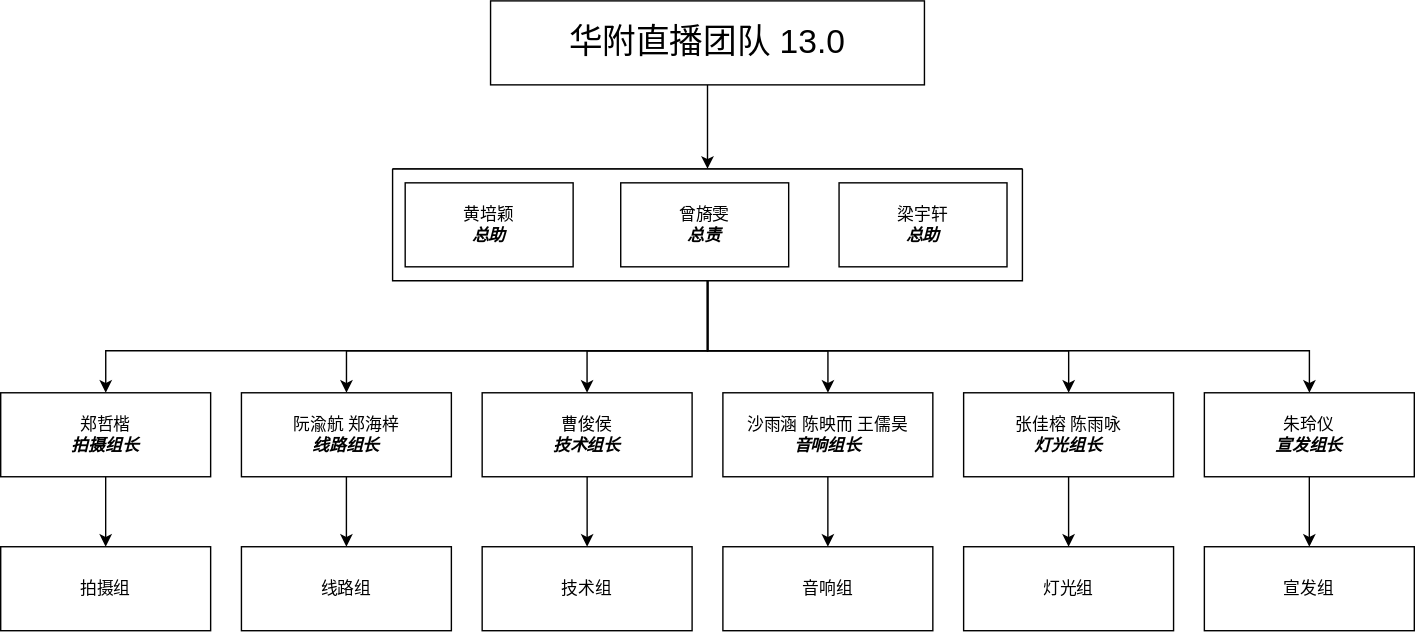
Before: diagrams/人员组织架构.svg, a diagram exported from draw.io (xiaoxuan010/HFLive-Technical-Document-2021). Source tidied: cells renumbered, new cells last; positions are measured from the earlier drawing's top-left corner, leaving out a move shared by most shapes. The source it was exported from:
```xml
<mxGraphModel>
  <root>
    <mxCell id="0" />
    <mxCell id="1" parent="0" />
    <mxCell id="2" style="edgeStyle=orthogonalEdgeStyle;rounded=0;jettySize=auto;html=1;" parent="1" edge="1" source="8" target="14">
      <mxGeometry relative="1" as="geometry">
        <Array as="points">
          <mxPoint x="505" y="250" />
          <mxPoint x="75" y="250" />
        </Array>
      </mxGeometry>
    </mxCell>
    <mxCell id="3" style="edgeStyle=orthogonalEdgeStyle;rounded=0;jettySize=auto;html=1;" parent="1" edge="1" source="8" target="16">
      <mxGeometry relative="1" as="geometry">
        <Array as="points">
          <mxPoint x="505" y="250" />
          <mxPoint x="247" y="250" />
        </Array>
      </mxGeometry>
    </mxCell>
    <mxCell id="4" style="edgeStyle=orthogonalEdgeStyle;rounded=0;jettySize=auto;html=1;exitX=0.5;exitY=1;exitDx=0;exitDy=0;" parent="1" edge="1" source="8" target="18">
      <mxGeometry relative="1" as="geometry">
        <Array as="points">
          <mxPoint x="505" y="250" />
          <mxPoint x="419" y="250" />
        </Array>
      </mxGeometry>
    </mxCell>
    <mxCell id="5" style="edgeStyle=orthogonalEdgeStyle;rounded=0;jettySize=auto;html=1;" parent="1" edge="1" source="8" target="20">
      <mxGeometry relative="1" as="geometry">
        <Array as="points">
          <mxPoint x="505" y="250" />
          <mxPoint x="591" y="250" />
        </Array>
      </mxGeometry>
    </mxCell>
    <mxCell id="6" style="edgeStyle=orthogonalEdgeStyle;rounded=0;jettySize=auto;html=1;" parent="1" edge="1" source="8" target="22">
      <mxGeometry relative="1" as="geometry">
        <Array as="points">
          <mxPoint x="505" y="250" />
          <mxPoint x="763" y="250" />
        </Array>
      </mxGeometry>
    </mxCell>
    <mxCell id="7" style="edgeStyle=orthogonalEdgeStyle;rounded=0;jettySize=auto;html=1;" parent="1" edge="1" source="8" target="24">
      <mxGeometry relative="1" as="geometry">
        <Array as="points">
          <mxPoint x="505" y="250" />
          <mxPoint x="935" y="250" />
        </Array>
      </mxGeometry>
    </mxCell>
    <mxCell id="8" style="swimlane;startSize=0;" parent="1" vertex="1">
      <mxGeometry x="280" y="120" width="450" height="80" as="geometry" />
    </mxCell>
    <mxCell id="9" style="group;" parent="8" vertex="1">
      <mxGeometry x="9" y="10" width="430" height="60" as="geometry" />
    </mxCell>
    <mxCell id="10" value="曾旖雯&lt;br&gt;&lt;i&gt;&lt;b&gt;总责&lt;/b&gt;&lt;/i&gt;" style="rounded=0;whiteSpace=wrap;html=1;" parent="9" vertex="1">
      <mxGeometry x="154" width="120" height="60" as="geometry" />
    </mxCell>
    <mxCell id="11" value="梁宇轩&lt;br&gt;&lt;i&gt;&lt;b&gt;总助&lt;/b&gt;&lt;/i&gt;" style="rounded=0;whiteSpace=wrap;html=1;" parent="9" vertex="1">
      <mxGeometry x="310" width="120" height="60" as="geometry" />
    </mxCell>
    <mxCell id="12" value="黄培颖&lt;br&gt;&lt;i&gt;&lt;b&gt;总助&lt;/b&gt;&lt;/i&gt;" style="rounded=0;whiteSpace=wrap;html=1;" parent="9" vertex="1">
      <mxGeometry width="120" height="60" as="geometry" />
    </mxCell>
    <mxCell id="13" style="edgeStyle=orthogonalEdgeStyle;rounded=0;jettySize=auto;html=1;" parent="1" edge="1" source="14" target="25">
      <mxGeometry relative="1" as="geometry" />
    </mxCell>
    <mxCell id="14" value="郑哲楷&lt;br&gt;&lt;i&gt;&lt;b&gt;拍摄组长&lt;/b&gt;&lt;/i&gt;" style="rounded=0;whiteSpace=wrap;html=1;" parent="1" vertex="1">
      <mxGeometry y="280" width="150" height="60" as="geometry" />
    </mxCell>
    <mxCell id="15" style="edgeStyle=orthogonalEdgeStyle;rounded=0;jettySize=auto;html=1;" parent="1" edge="1" source="16" target="26">
      <mxGeometry relative="1" as="geometry" />
    </mxCell>
    <mxCell id="16" value="阮渝航 郑海梓&lt;br&gt;&lt;i&gt;&lt;b&gt;线路组长&lt;/b&gt;&lt;/i&gt;" style="rounded=0;whiteSpace=wrap;html=1;" parent="1" vertex="1">
      <mxGeometry x="172" y="280" width="150" height="60" as="geometry" />
    </mxCell>
    <mxCell id="17" style="edgeStyle=orthogonalEdgeStyle;rounded=0;jettySize=auto;html=1;" parent="1" edge="1" source="18" target="27">
      <mxGeometry relative="1" as="geometry" />
    </mxCell>
    <mxCell id="18" value="曹俊侯&lt;br&gt;&lt;i&gt;&lt;b&gt;技术组长&lt;/b&gt;&lt;/i&gt;" style="rounded=0;whiteSpace=wrap;html=1;" parent="1" vertex="1">
      <mxGeometry x="344" y="280" width="150" height="60" as="geometry" />
    </mxCell>
    <mxCell id="19" style="edgeStyle=orthogonalEdgeStyle;rounded=0;jettySize=auto;html=1;" parent="1" edge="1" source="20" target="28">
      <mxGeometry relative="1" as="geometry" />
    </mxCell>
    <mxCell id="20" value="沙雨涵 陈映而 王儒昊&lt;br&gt;&lt;i&gt;&lt;b&gt;音响组长&lt;/b&gt;&lt;/i&gt;" style="rounded=0;whiteSpace=wrap;html=1;" parent="1" vertex="1">
      <mxGeometry x="516" y="280" width="150" height="60" as="geometry" />
    </mxCell>
    <mxCell id="21" style="edgeStyle=orthogonalEdgeStyle;rounded=0;jettySize=auto;html=1;" parent="1" edge="1" source="22" target="30">
      <mxGeometry relative="1" as="geometry" />
    </mxCell>
    <mxCell id="22" value="张佳榕 陈雨咏&lt;br&gt;&lt;i&gt;&lt;b&gt;灯光组长&lt;/b&gt;&lt;/i&gt;" style="rounded=0;whiteSpace=wrap;html=1;" parent="1" vertex="1">
      <mxGeometry x="688" y="280" width="150" height="60" as="geometry" />
    </mxCell>
    <mxCell id="23" style="edgeStyle=orthogonalEdgeStyle;rounded=0;jettySize=auto;html=1;" parent="1" edge="1" source="24" target="29">
      <mxGeometry relative="1" as="geometry" />
    </mxCell>
    <mxCell id="24" value="朱玲仪&lt;br&gt;&lt;i&gt;&lt;b&gt;宣发组长&lt;/b&gt;&lt;/i&gt;" style="rounded=0;whiteSpace=wrap;html=1;" parent="1" vertex="1">
      <mxGeometry x="860" y="280" width="150" height="60" as="geometry" />
    </mxCell>
    <mxCell id="25" value="拍摄组" style="whiteSpace=wrap;html=1;rounded=0;" parent="1" vertex="1">
      <mxGeometry y="390" width="150" height="60" as="geometry" />
    </mxCell>
    <mxCell id="26" value="线路组" style="whiteSpace=wrap;html=1;rounded=0;" parent="1" vertex="1">
      <mxGeometry x="172" y="390" width="150" height="60" as="geometry" />
    </mxCell>
    <mxCell id="27" value="技术组" style="whiteSpace=wrap;html=1;rounded=0;" parent="1" vertex="1">
      <mxGeometry x="344" y="390" width="150" height="60" as="geometry" />
    </mxCell>
    <mxCell id="28" value="音响组" style="whiteSpace=wrap;html=1;rounded=0;" parent="1" vertex="1">
      <mxGeometry x="516" y="390" width="150" height="60" as="geometry" />
    </mxCell>
    <mxCell id="29" value="宣发组" style="whiteSpace=wrap;html=1;rounded=0;" parent="1" vertex="1">
      <mxGeometry x="860" y="390" width="150" height="60" as="geometry" />
    </mxCell>
    <mxCell id="30" value="灯光组" style="whiteSpace=wrap;html=1;rounded=0;" parent="1" vertex="1">
      <mxGeometry x="688" y="390" width="150" height="60" as="geometry" />
    </mxCell>
    <mxCell id="31" style="edgeStyle=orthogonalEdgeStyle;rounded=0;jettySize=auto;html=1;entryX=0.5;entryY=0;entryDx=0;entryDy=0;" parent="1" edge="1" source="32" target="8">
      <mxGeometry relative="1" as="geometry" />
    </mxCell>
    <mxCell id="32" value="&lt;font style=&quot;font-size: 24px&quot;&gt;华附直播团队 13.0&lt;/font&gt;" style="whiteSpace=wrap;html=1;" parent="1" vertex="1">
      <mxGeometry x="350" width="310" height="60" as="geometry" />
    </mxCell>
  </root>
</mxGraphModel>
```
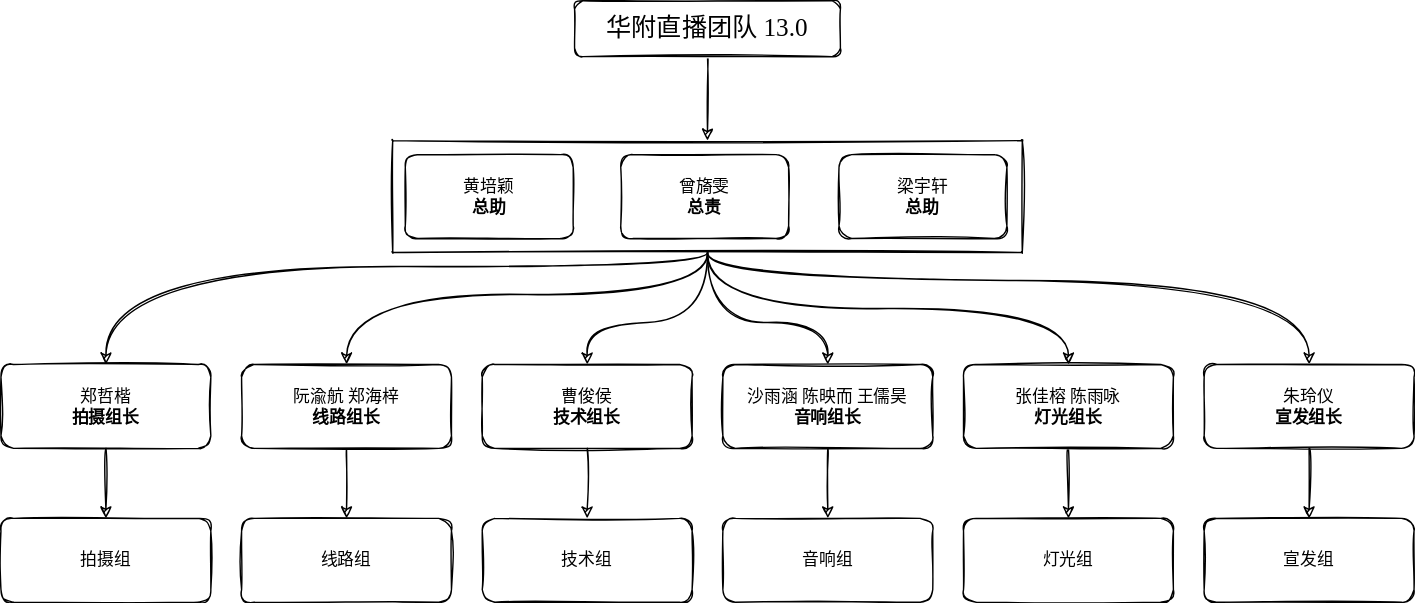
The same diagram one commit later.

What changed in the source:
```diff
@@ -1,24 +1,24 @@
-<mxGraphModel>
+<mxGraphModel background="#ffffff">
   <root>
     <mxCell id="0" />
     <mxCell id="1" parent="0" />
-    <mxCell id="2" style="edgeStyle=orthogonalEdgeStyle;rounded=0;jettySize=auto;html=1;" parent="1" edge="1" source="8" target="14">
+    <mxCell id="2" style="edgeStyle=orthogonalEdgeStyle;jettySize=auto;html=1;fontFamily=思源宋体;fontStyle=0;sketch=1;curved=1;" parent="1" edge="1" source="8" target="14">
       <mxGeometry relative="1" as="geometry">
         <Array as="points">
-          <mxPoint x="505" y="250" />
-          <mxPoint x="75" y="250" />
+          <mxPoint x="505" y="210" />
+          <mxPoint x="75" y="210" />
         </Array>
       </mxGeometry>
     </mxCell>
-    <mxCell id="3" style="edgeStyle=orthogonalEdgeStyle;rounded=0;jettySize=auto;html=1;" parent="1" edge="1" source="8" target="16">
+    <mxCell id="3" style="edgeStyle=orthogonalEdgeStyle;jettySize=auto;html=1;fontFamily=思源宋体;fontStyle=0;sketch=1;curved=1;" parent="1" edge="1" source="8" target="16">
       <mxGeometry relative="1" as="geometry">
         <Array as="points">
-          <mxPoint x="505" y="250" />
-          <mxPoint x="247" y="250" />
+          <mxPoint x="505" y="230" />
+          <mxPoint x="247" y="230" />
         </Array>
       </mxGeometry>
     </mxCell>
-    <mxCell id="4" style="edgeStyle=orthogonalEdgeStyle;rounded=0;jettySize=auto;html=1;exitX=0.5;exitY=1;exitDx=0;exitDy=0;" parent="1" edge="1" source="8" target="18">
+    <mxCell id="4" style="edgeStyle=orthogonalEdgeStyle;jettySize=auto;html=1;exitX=0.5;exitY=1;exitDx=0;exitDy=0;fontFamily=思源宋体;fontStyle=0;sketch=1;curved=1;" parent="1" edge="1" source="8" target="18">
       <mxGeometry relative="1" as="geometry">
         <Array as="points">
           <mxPoint x="505" y="250" />
@@ -26,7 +26,7 @@
         </Array>
       </mxGeometry>
     </mxCell>
-    <mxCell id="5" style="edgeStyle=orthogonalEdgeStyle;rounded=0;jettySize=auto;html=1;" parent="1" edge="1" source="8" target="20">
+    <mxCell id="5" style="edgeStyle=orthogonalEdgeStyle;jettySize=auto;html=1;fontFamily=思源宋体;fontStyle=0;sketch=1;curved=1;" parent="1" edge="1" source="8" target="20">
       <mxGeometry relative="1" as="geometry">
         <Array as="points">
           <mxPoint x="505" y="250" />
@@ -34,96 +34,96 @@
         </Array>
       </mxGeometry>
     </mxCell>
-    <mxCell id="6" style="edgeStyle=orthogonalEdgeStyle;rounded=0;jettySize=auto;html=1;" parent="1" edge="1" source="8" target="22">
+    <mxCell id="6" style="edgeStyle=orthogonalEdgeStyle;jettySize=auto;html=1;fontFamily=思源宋体;fontStyle=0;sketch=1;curved=1;" parent="1" edge="1" source="8" target="22">
       <mxGeometry relative="1" as="geometry">
         <Array as="points">
-          <mxPoint x="505" y="250" />
-          <mxPoint x="763" y="250" />
+          <mxPoint x="505" y="240" />
+          <mxPoint x="763" y="240" />
         </Array>
       </mxGeometry>
     </mxCell>
-    <mxCell id="7" style="edgeStyle=orthogonalEdgeStyle;rounded=0;jettySize=auto;html=1;" parent="1" edge="1" source="8" target="24">
+    <mxCell id="7" style="edgeStyle=orthogonalEdgeStyle;jettySize=auto;html=1;fontFamily=思源宋体;fontStyle=0;sketch=1;curved=1;" parent="1" edge="1" source="8" target="24">
       <mxGeometry relative="1" as="geometry">
         <Array as="points">
-          <mxPoint x="505" y="250" />
-          <mxPoint x="935" y="250" />
+          <mxPoint x="505" y="220" />
+          <mxPoint x="935" y="220" />
         </Array>
       </mxGeometry>
     </mxCell>
-    <mxCell id="8" style="swimlane;startSize=0;" parent="1" vertex="1">
+    <mxCell id="8" style="swimlane;startSize=0;fontFamily=思源宋体;fontStyle=0;sketch=1;rounded=1;" parent="1" vertex="1">
       <mxGeometry x="280" y="120" width="450" height="80" as="geometry" />
     </mxCell>
-    <mxCell id="9" style="group;" parent="8" vertex="1">
+    <mxCell id="9" style="group;fontFamily=思源宋体;fontStyle=0;strokeColor=none;sketch=1;rounded=1;" parent="8" vertex="1">
       <mxGeometry x="9" y="10" width="430" height="60" as="geometry" />
     </mxCell>
-    <mxCell id="10" value="曾旖雯&lt;br&gt;&lt;i&gt;&lt;b&gt;总责&lt;/b&gt;&lt;/i&gt;" style="rounded=0;whiteSpace=wrap;html=1;" parent="9" vertex="1">
+    <mxCell id="10" value="曾旖雯&lt;br&gt;&lt;span&gt;&lt;b&gt;总责&lt;/b&gt;&lt;/span&gt;" style="whiteSpace=wrap;html=1;fontFamily=思源宋体;fontStyle=0;sketch=1;rounded=1;" parent="9" vertex="1">
       <mxGeometry x="154" width="120" height="60" as="geometry" />
     </mxCell>
-    <mxCell id="11" value="梁宇轩&lt;br&gt;&lt;i&gt;&lt;b&gt;总助&lt;/b&gt;&lt;/i&gt;" style="rounded=0;whiteSpace=wrap;html=1;" parent="9" vertex="1">
+    <mxCell id="11" value="梁宇轩&lt;br&gt;&lt;span&gt;&lt;b&gt;总助&lt;/b&gt;&lt;/span&gt;" style="whiteSpace=wrap;html=1;fontFamily=思源宋体;fontStyle=0;sketch=1;rounded=1;" parent="9" vertex="1">
       <mxGeometry x="310" width="120" height="60" as="geometry" />
     </mxCell>
-    <mxCell id="12" value="黄培颖&lt;br&gt;&lt;i&gt;&lt;b&gt;总助&lt;/b&gt;&lt;/i&gt;" style="rounded=0;whiteSpace=wrap;html=1;" parent="9" vertex="1">
+    <mxCell id="12" value="黄培颖&lt;br&gt;&lt;span&gt;&lt;b&gt;总助&lt;/b&gt;&lt;/span&gt;" style="whiteSpace=wrap;html=1;fontFamily=思源宋体;fontStyle=0;sketch=1;rounded=1;" parent="9" vertex="1">
       <mxGeometry width="120" height="60" as="geometry" />
     </mxCell>
-    <mxCell id="13" style="edgeStyle=orthogonalEdgeStyle;rounded=0;jettySize=auto;html=1;" parent="1" edge="1" source="14" target="25">
+    <mxCell id="13" style="edgeStyle=orthogonalEdgeStyle;jettySize=auto;html=1;fontFamily=思源宋体;fontStyle=0;sketch=1;curved=1;" parent="1" edge="1" source="14" target="25">
       <mxGeometry relative="1" as="geometry" />
     </mxCell>
-    <mxCell id="14" value="郑哲楷&lt;br&gt;&lt;i&gt;&lt;b&gt;拍摄组长&lt;/b&gt;&lt;/i&gt;" style="rounded=0;whiteSpace=wrap;html=1;" parent="1" vertex="1">
+    <mxCell id="14" value="郑哲楷&lt;br&gt;&lt;span&gt;&lt;b&gt;拍摄组长&lt;/b&gt;&lt;/span&gt;" style="whiteSpace=wrap;html=1;fontFamily=思源宋体;fontStyle=0;sketch=1;rounded=1;" parent="1" vertex="1">
       <mxGeometry y="280" width="150" height="60" as="geometry" />
     </mxCell>
-    <mxCell id="15" style="edgeStyle=orthogonalEdgeStyle;rounded=0;jettySize=auto;html=1;" parent="1" edge="1" source="16" target="26">
+    <mxCell id="15" style="edgeStyle=orthogonalEdgeStyle;jettySize=auto;html=1;fontFamily=思源宋体;fontStyle=0;sketch=1;curved=1;" parent="1" edge="1" source="16" target="26">
       <mxGeometry relative="1" as="geometry" />
     </mxCell>
-    <mxCell id="16" value="阮渝航 郑海梓&lt;br&gt;&lt;i&gt;&lt;b&gt;线路组长&lt;/b&gt;&lt;/i&gt;" style="rounded=0;whiteSpace=wrap;html=1;" parent="1" vertex="1">
+    <mxCell id="16" value="阮渝航 郑海梓&lt;br&gt;&lt;span&gt;&lt;b&gt;线路组长&lt;/b&gt;&lt;/span&gt;" style="whiteSpace=wrap;html=1;fontFamily=思源宋体;fontStyle=0;sketch=1;rounded=1;" parent="1" vertex="1">
       <mxGeometry x="172" y="280" width="150" height="60" as="geometry" />
     </mxCell>
-    <mxCell id="17" style="edgeStyle=orthogonalEdgeStyle;rounded=0;jettySize=auto;html=1;" parent="1" edge="1" source="18" target="27">
+    <mxCell id="17" style="edgeStyle=orthogonalEdgeStyle;jettySize=auto;html=1;fontFamily=思源宋体;fontStyle=0;sketch=1;curved=1;" parent="1" edge="1" source="18" target="27">
       <mxGeometry relative="1" as="geometry" />
     </mxCell>
-    <mxCell id="18" value="曹俊侯&lt;br&gt;&lt;i&gt;&lt;b&gt;技术组长&lt;/b&gt;&lt;/i&gt;" style="rounded=0;whiteSpace=wrap;html=1;" parent="1" vertex="1">
+    <mxCell id="18" value="曹俊侯&lt;br&gt;&lt;span&gt;&lt;b&gt;技术组长&lt;/b&gt;&lt;/span&gt;" style="whiteSpace=wrap;html=1;fontFamily=思源宋体;fontStyle=0;sketch=1;rounded=1;" parent="1" vertex="1">
       <mxGeometry x="344" y="280" width="150" height="60" as="geometry" />
     </mxCell>
-    <mxCell id="19" style="edgeStyle=orthogonalEdgeStyle;rounded=0;jettySize=auto;html=1;" parent="1" edge="1" source="20" target="28">
+    <mxCell id="19" style="edgeStyle=orthogonalEdgeStyle;jettySize=auto;html=1;fontFamily=思源宋体;fontStyle=0;sketch=1;curved=1;" parent="1" edge="1" source="20" target="28">
       <mxGeometry relative="1" as="geometry" />
     </mxCell>
-    <mxCell id="20" value="沙雨涵 陈映而 王儒昊&lt;br&gt;&lt;i&gt;&lt;b&gt;音响组长&lt;/b&gt;&lt;/i&gt;" style="rounded=0;whiteSpace=wrap;html=1;" parent="1" vertex="1">
+    <mxCell id="20" value="沙雨涵 陈映而 王儒昊&lt;br&gt;&lt;span&gt;&lt;b&gt;音响组长&lt;/b&gt;&lt;/span&gt;" style="whiteSpace=wrap;html=1;fontFamily=思源宋体;fontStyle=0;sketch=1;rounded=1;" parent="1" vertex="1">
       <mxGeometry x="516" y="280" width="150" height="60" as="geometry" />
     </mxCell>
-    <mxCell id="21" style="edgeStyle=orthogonalEdgeStyle;rounded=0;jettySize=auto;html=1;" parent="1" edge="1" source="22" target="30">
+    <mxCell id="21" style="edgeStyle=orthogonalEdgeStyle;jettySize=auto;html=1;fontFamily=思源宋体;fontStyle=0;sketch=1;curved=1;" parent="1" edge="1" source="22" target="30">
       <mxGeometry relative="1" as="geometry" />
     </mxCell>
-    <mxCell id="22" value="张佳榕 陈雨咏&lt;br&gt;&lt;i&gt;&lt;b&gt;灯光组长&lt;/b&gt;&lt;/i&gt;" style="rounded=0;whiteSpace=wrap;html=1;" parent="1" vertex="1">
+    <mxCell id="22" value="张佳榕 陈雨咏&lt;br&gt;&lt;span&gt;&lt;b&gt;灯光组长&lt;/b&gt;&lt;/span&gt;" style="whiteSpace=wrap;html=1;fontFamily=思源宋体;fontStyle=0;sketch=1;rounded=1;" parent="1" vertex="1">
       <mxGeometry x="688" y="280" width="150" height="60" as="geometry" />
     </mxCell>
-    <mxCell id="23" style="edgeStyle=orthogonalEdgeStyle;rounded=0;jettySize=auto;html=1;" parent="1" edge="1" source="24" target="29">
+    <mxCell id="23" style="edgeStyle=orthogonalEdgeStyle;jettySize=auto;html=1;fontFamily=思源宋体;fontStyle=0;sketch=1;curved=1;" parent="1" edge="1" source="24" target="29">
       <mxGeometry relative="1" as="geometry" />
     </mxCell>
-    <mxCell id="24" value="朱玲仪&lt;br&gt;&lt;i&gt;&lt;b&gt;宣发组长&lt;/b&gt;&lt;/i&gt;" style="rounded=0;whiteSpace=wrap;html=1;" parent="1" vertex="1">
+    <mxCell id="24" value="朱玲仪&lt;br&gt;&lt;span&gt;&lt;b&gt;宣发组长&lt;/b&gt;&lt;/span&gt;" style="whiteSpace=wrap;html=1;fontFamily=思源宋体;fontStyle=0;sketch=1;rounded=1;" parent="1" vertex="1">
       <mxGeometry x="860" y="280" width="150" height="60" as="geometry" />
     </mxCell>
-    <mxCell id="25" value="拍摄组" style="whiteSpace=wrap;html=1;rounded=0;" parent="1" vertex="1">
+    <mxCell id="25" value="拍摄组" style="whiteSpace=wrap;html=1;fontFamily=思源宋体;fontStyle=0;sketch=1;rounded=1;" parent="1" vertex="1">
       <mxGeometry y="390" width="150" height="60" as="geometry" />
     </mxCell>
-    <mxCell id="26" value="线路组" style="whiteSpace=wrap;html=1;rounded=0;" parent="1" vertex="1">
+    <mxCell id="26" value="线路组" style="whiteSpace=wrap;html=1;fontFamily=思源宋体;fontStyle=0;sketch=1;rounded=1;" parent="1" vertex="1">
       <mxGeometry x="172" y="390" width="150" height="60" as="geometry" />
     </mxCell>
-    <mxCell id="27" value="技术组" style="whiteSpace=wrap;html=1;rounded=0;" parent="1" vertex="1">
+    <mxCell id="27" value="技术组" style="whiteSpace=wrap;html=1;fontFamily=思源宋体;fontStyle=0;sketch=1;rounded=1;" parent="1" vertex="1">
       <mxGeometry x="344" y="390" width="150" height="60" as="geometry" />
     </mxCell>
-    <mxCell id="28" value="音响组" style="whiteSpace=wrap;html=1;rounded=0;" parent="1" vertex="1">
+    <mxCell id="28" value="音响组" style="whiteSpace=wrap;html=1;fontFamily=思源宋体;fontStyle=0;sketch=1;rounded=1;" parent="1" vertex="1">
       <mxGeometry x="516" y="390" width="150" height="60" as="geometry" />
     </mxCell>
-    <mxCell id="29" value="宣发组" style="whiteSpace=wrap;html=1;rounded=0;" parent="1" vertex="1">
+    <mxCell id="29" value="宣发组" style="whiteSpace=wrap;html=1;fontFamily=思源宋体;fontStyle=0;sketch=1;rounded=1;" parent="1" vertex="1">
       <mxGeometry x="860" y="390" width="150" height="60" as="geometry" />
     </mxCell>
-    <mxCell id="30" value="灯光组" style="whiteSpace=wrap;html=1;rounded=0;" parent="1" vertex="1">
+    <mxCell id="30" value="灯光组" style="whiteSpace=wrap;html=1;fontFamily=思源宋体;fontStyle=0;sketch=1;rounded=1;" parent="1" vertex="1">
       <mxGeometry x="688" y="390" width="150" height="60" as="geometry" />
     </mxCell>
-    <mxCell id="31" style="edgeStyle=orthogonalEdgeStyle;rounded=0;jettySize=auto;html=1;entryX=0.5;entryY=0;entryDx=0;entryDy=0;" parent="1" edge="1" source="32" target="8">
+    <mxCell id="31" style="edgeStyle=orthogonalEdgeStyle;jettySize=auto;html=1;entryX=0.5;entryY=0;entryDx=0;entryDy=0;fontFamily=思源宋体;fontStyle=0;sketch=1;curved=1;" parent="1" edge="1" source="32" target="8">
       <mxGeometry relative="1" as="geometry" />
     </mxCell>
-    <mxCell id="32" value="&lt;font style=&quot;font-size: 24px&quot;&gt;华附直播团队 13.0&lt;/font&gt;" style="whiteSpace=wrap;html=1;" parent="1" vertex="1">
-      <mxGeometry x="350" width="310" height="60" as="geometry" />
+    <mxCell id="32" value="&lt;font style=&quot;font-size: 18px&quot;&gt;华附直播团队 13.0&lt;/font&gt;" style="whiteSpace=wrap;html=1;fontFamily=思源宋体;fontStyle=0;sketch=1;rounded=1;" parent="1" vertex="1">
+      <mxGeometry x="410" y="20" width="190" height="40" as="geometry" />
     </mxCell>
   </root>
 </mxGraphModel>
```
